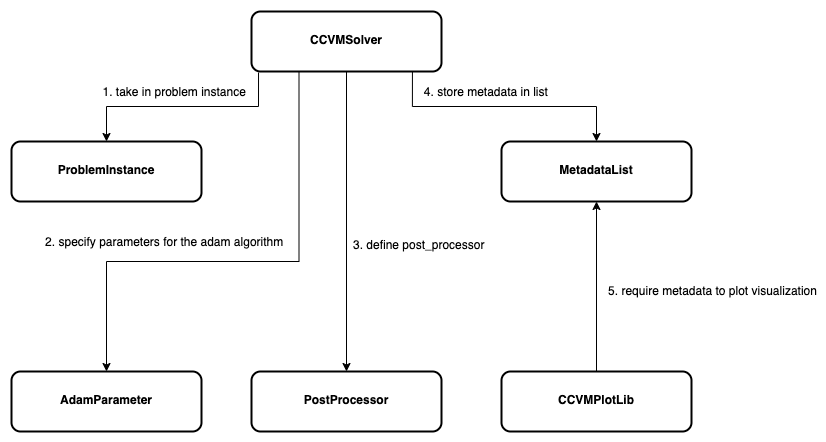
The draw.io diagram diagrams/high_level_class_diagram.png in 1QB-Information-Technologies/ccvm, before a commit. Source tidied: cells renumbered, new cells last; positions are measured from the earlier drawing's top-left corner, leaving out a move shared by most shapes. Its diagram source:
```xml
<mxGraphModel>
  <root>
    <mxCell id="0" />
    <mxCell id="1" parent="0" />
    <mxCell id="2" style="edgeStyle=orthogonalEdgeStyle;rounded=0;jettySize=auto;html=1;entryX=0.5;entryY=0;entryDx=0;entryDy=0;fontFamily=Helvetica;fontSize=12;fontColor=default;exitX=0.847;exitY=1;exitDx=0;exitDy=0;exitPerimeter=0;" parent="1" edge="1" source="6" target="11">
      <mxGeometry relative="1" as="geometry" />
    </mxCell>
    <mxCell id="3" value="4. store metadata in list&amp;nbsp;" style="edgeLabel;html=1;align=center;verticalAlign=middle;fontSize=12;fontFamily=Helvetica;fontColor=default;" parent="2" vertex="1">
      <mxGeometry x="0.05" y="-5" relative="1" as="geometry">
        <mxPoint x="-24" y="-20" as="offset" />
      </mxGeometry>
    </mxCell>
    <mxCell id="4" style="edgeStyle=orthogonalEdgeStyle;rounded=0;jettySize=auto;html=1;exitX=0.037;exitY=1.017;exitDx=0;exitDy=0;entryX=0.5;entryY=0;entryDx=0;entryDy=0;fontFamily=Helvetica;fontSize=12;fontColor=default;exitPerimeter=0;" parent="1" edge="1" source="6" target="15">
      <mxGeometry relative="1" as="geometry" />
    </mxCell>
    <mxCell id="5" style="edgeStyle=orthogonalEdgeStyle;rounded=0;jettySize=auto;html=1;exitX=0.5;exitY=1;exitDx=0;exitDy=0;entryX=0.5;entryY=0;entryDx=0;entryDy=0;fontFamily=Helvetica;fontSize=12;fontColor=default;" parent="1" edge="1" source="6" target="7">
      <mxGeometry relative="1" as="geometry" />
    </mxCell>
    <mxCell id="6" value="&lt;p style=&quot;margin:0px;margin-top:4px;text-align:center;&quot;&gt;&lt;br&gt;&lt;/p&gt;&lt;p style=&quot;margin:0px;margin-top:4px;text-align:center;&quot;&gt;&lt;b&gt;CCVMSolver&lt;/b&gt;&lt;/p&gt;" style="verticalAlign=top;align=left;overflow=fill;fontSize=12;fontFamily=Helvetica;html=1;whiteSpace=wrap;rounded=1;strokeColor=default;strokeWidth=2;fontColor=default;fillColor=default;" parent="1" vertex="1">
      <mxGeometry x="240" width="190" height="60" as="geometry" />
    </mxCell>
    <mxCell id="7" value="&lt;p style=&quot;margin: 4px 0px 0px;&quot;&gt;&lt;b&gt;&lt;br&gt;&lt;/b&gt;&lt;/p&gt;&lt;p style=&quot;margin: 4px 0px 0px;&quot;&gt;&lt;b&gt;PostProcessor&lt;/b&gt;&lt;/p&gt;" style="verticalAlign=top;align=center;overflow=fill;fontSize=12;fontFamily=Helvetica;html=1;whiteSpace=wrap;rounded=1;strokeColor=default;strokeWidth=2;fontColor=default;fillColor=default;" parent="1" vertex="1">
      <mxGeometry x="240" y="360" width="190" height="60" as="geometry" />
    </mxCell>
    <mxCell id="8" value="&lt;p style=&quot;margin: 4px 0px 0px;&quot;&gt;&lt;b&gt;&lt;br&gt;&lt;/b&gt;&lt;/p&gt;&lt;p style=&quot;margin: 4px 0px 0px;&quot;&gt;&lt;b&gt;AdamParameter&lt;/b&gt;&lt;/p&gt;" style="verticalAlign=top;align=center;overflow=fill;fontSize=12;fontFamily=Helvetica;html=1;whiteSpace=wrap;rounded=1;strokeColor=default;strokeWidth=2;fontColor=default;fillColor=default;" parent="1" vertex="1">
      <mxGeometry y="360" width="190" height="60" as="geometry" />
    </mxCell>
    <mxCell id="9" style="edgeStyle=orthogonalEdgeStyle;rounded=0;jettySize=auto;html=1;exitX=0.25;exitY=1;exitDx=0;exitDy=0;fontFamily=Helvetica;fontSize=12;fontColor=default;entryX=0.5;entryY=0;entryDx=0;entryDy=0;" parent="1" edge="1" source="6" target="8">
      <mxGeometry relative="1" as="geometry">
        <Array as="points">
          <mxPoint x="288" y="250" />
          <mxPoint x="95" y="250" />
        </Array>
      </mxGeometry>
    </mxCell>
    <mxCell id="10" value="&amp;nbsp;2. specify parameters for the adam algorithm" style="edgeLabel;html=1;align=center;verticalAlign=middle;fontSize=12;fontFamily=Helvetica;fontColor=default;" parent="9" vertex="1">
      <mxGeometry x="0.01" relative="1" as="geometry">
        <mxPoint x="-77" y="-20" as="offset" />
      </mxGeometry>
    </mxCell>
    <mxCell id="11" value="&lt;p style=&quot;margin: 4px 0px 0px;&quot;&gt;&lt;b&gt;&lt;br&gt;&lt;/b&gt;&lt;/p&gt;&lt;p style=&quot;margin: 4px 0px 0px;&quot;&gt;&lt;b&gt;MetadataList&lt;/b&gt;&lt;/p&gt;" style="verticalAlign=top;align=center;overflow=fill;fontSize=12;fontFamily=Helvetica;html=1;whiteSpace=wrap;rounded=1;strokeColor=default;strokeWidth=2;fontColor=default;fillColor=default;" parent="1" vertex="1">
      <mxGeometry x="490" y="130" width="190" height="60" as="geometry" />
    </mxCell>
    <mxCell id="12" value="&lt;p style=&quot;margin: 4px 0px 0px;&quot;&gt;&lt;b&gt;&lt;br&gt;&lt;/b&gt;&lt;/p&gt;&lt;p style=&quot;margin: 4px 0px 0px;&quot;&gt;&lt;b&gt;CCVMPlotLib&lt;/b&gt;&lt;/p&gt;" style="verticalAlign=top;align=center;overflow=fill;fontSize=12;fontFamily=Helvetica;html=1;whiteSpace=wrap;rounded=1;strokeColor=default;strokeWidth=2;fontColor=default;fillColor=default;" parent="1" vertex="1">
      <mxGeometry x="490" y="360" width="190" height="60" as="geometry" />
    </mxCell>
    <mxCell id="13" style="edgeStyle=orthogonalEdgeStyle;rounded=0;jettySize=auto;html=1;exitX=0.5;exitY=0;exitDx=0;exitDy=0;entryX=0.5;entryY=1;entryDx=0;entryDy=0;fontFamily=Helvetica;fontSize=12;fontColor=default;" parent="1" edge="1" source="12" target="11">
      <mxGeometry relative="1" as="geometry" />
    </mxCell>
    <mxCell id="14" value="5. require metadata to plot visualization" style="edgeLabel;html=1;align=center;verticalAlign=middle;fontSize=12;fontFamily=Helvetica;fontColor=default;" parent="13" vertex="1">
      <mxGeometry x="0.13" relative="1" as="geometry">
        <mxPoint x="115" y="15" as="offset" />
      </mxGeometry>
    </mxCell>
    <mxCell id="15" value="&lt;p style=&quot;margin: 4px 0px 0px;&quot;&gt;&lt;b&gt;&lt;br&gt;&lt;/b&gt;&lt;/p&gt;&lt;p style=&quot;margin: 4px 0px 0px;&quot;&gt;&lt;b&gt;ProblemInstance&lt;/b&gt;&lt;/p&gt;" style="verticalAlign=top;align=center;overflow=fill;fontSize=12;fontFamily=Helvetica;html=1;whiteSpace=wrap;rounded=1;strokeColor=default;strokeWidth=2;fontColor=default;fillColor=default;" parent="1" vertex="1">
      <mxGeometry y="130" width="190" height="60" as="geometry" />
    </mxCell>
    <mxCell id="16" value="&amp;nbsp;1. take in problem instance" style="edgeLabel;html=1;align=center;verticalAlign=middle;fontSize=12;fontFamily=Helvetica;fontColor=default;" parent="1" vertex="1">
      <mxGeometry x="160" y="80" as="geometry" />
    </mxCell>
    <mxCell id="17" value="&lt;span style=&quot;color: rgb(0, 0, 0); font-family: Helvetica; font-size: 12px; font-style: normal; font-variant-ligatures: normal; font-variant-caps: normal; font-weight: 400; letter-spacing: normal; orphans: 2; text-align: center; text-indent: 0px; text-transform: none; widows: 2; word-spacing: 0px; -webkit-text-stroke-width: 0px; background-color: rgb(255, 255, 255); text-decoration-thickness: initial; text-decoration-style: initial; text-decoration-color: initial; float: none; display: inline !important;&quot;&gt;3. define post_processor&lt;/span&gt;" style="text;whiteSpace=wrap;html=1;fontSize=12;fontFamily=Helvetica;fontColor=default;" parent="1" vertex="1">
      <mxGeometry x="340" y="220" width="160" height="40" as="geometry" />
    </mxCell>
  </root>
</mxGraphModel>
```
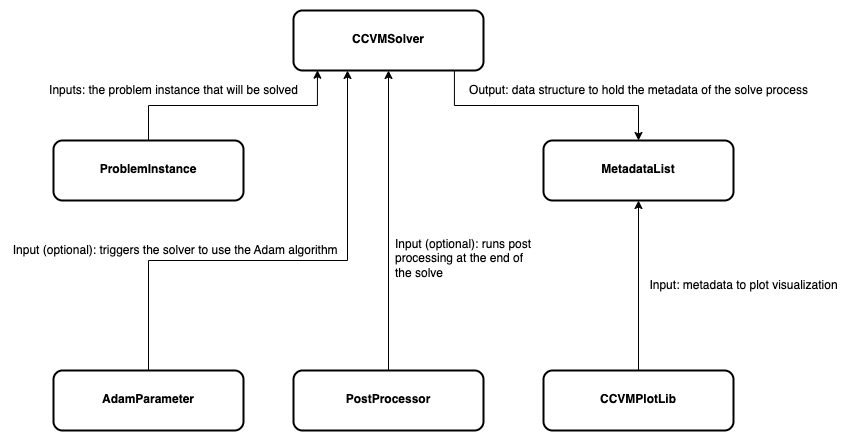
Later version of the same file.

What changed in the source:
```diff
@@ -2,64 +2,62 @@
   <root>
     <mxCell id="0" />
     <mxCell id="1" parent="0" />
-    <mxCell id="2" style="edgeStyle=orthogonalEdgeStyle;rounded=0;jettySize=auto;html=1;entryX=0.5;entryY=0;entryDx=0;entryDy=0;fontFamily=Helvetica;fontSize=12;fontColor=default;exitX=0.847;exitY=1;exitDx=0;exitDy=0;exitPerimeter=0;" parent="1" edge="1" source="6" target="11">
+    <mxCell id="2" style="edgeStyle=orthogonalEdgeStyle;rounded=0;jettySize=auto;html=1;entryX=0.5;entryY=0;entryDx=0;entryDy=0;fontFamily=Helvetica;fontSize=12;fontColor=default;exitX=0.847;exitY=1;exitDx=0;exitDy=0;exitPerimeter=0;" parent="1" edge="1" source="4" target="8">
       <mxGeometry relative="1" as="geometry" />
     </mxCell>
-    <mxCell id="3" value="4. store metadata in list&amp;nbsp;" style="edgeLabel;html=1;align=center;verticalAlign=middle;fontSize=12;fontFamily=Helvetica;fontColor=default;" parent="2" vertex="1">
+    <mxCell id="3" value="Output:&amp;nbsp;data structure to hold the metadata of the solve process" style="edgeLabel;html=1;align=center;verticalAlign=middle;fontSize=12;fontFamily=Helvetica;fontColor=default;" parent="2" vertex="1">
       <mxGeometry x="0.05" y="-5" relative="1" as="geometry">
-        <mxPoint x="-24" y="-20" as="offset" />
+        <mxPoint x="85" y="-20" as="offset" />
       </mxGeometry>
     </mxCell>
-    <mxCell id="4" style="edgeStyle=orthogonalEdgeStyle;rounded=0;jettySize=auto;html=1;exitX=0.037;exitY=1.017;exitDx=0;exitDy=0;entryX=0.5;entryY=0;entryDx=0;entryDy=0;fontFamily=Helvetica;fontSize=12;fontColor=default;exitPerimeter=0;" parent="1" edge="1" source="6" target="15">
-      <mxGeometry relative="1" as="geometry" />
+    <mxCell id="4" value="&lt;p style=&quot;margin:0px;margin-top:4px;text-align:center;&quot;&gt;&lt;br&gt;&lt;/p&gt;&lt;p style=&quot;margin:0px;margin-top:4px;text-align:center;&quot;&gt;&lt;b&gt;CCVMSolver&lt;/b&gt;&lt;/p&gt;" style="verticalAlign=top;align=left;overflow=fill;fontSize=12;fontFamily=Helvetica;html=1;whiteSpace=wrap;rounded=1;strokeColor=default;strokeWidth=2;fontColor=default;fillColor=default;" parent="1" vertex="1">
+      <mxGeometry x="240" width="190" height="60" as="geometry" />
     </mxCell>
-    <mxCell id="5" style="edgeStyle=orthogonalEdgeStyle;rounded=0;jettySize=auto;html=1;exitX=0.5;exitY=1;exitDx=0;exitDy=0;entryX=0.5;entryY=0;entryDx=0;entryDy=0;fontFamily=Helvetica;fontSize=12;fontColor=default;" parent="1" edge="1" source="6" target="7">
+    <mxCell id="5" style="edgeStyle=orthogonalEdgeStyle;rounded=0;jettySize=auto;html=1;exitX=0.5;exitY=0;exitDx=0;exitDy=0;entryX=0.5;entryY=1;entryDx=0;entryDy=0;fontFamily=Helvetica;fontSize=12;fontColor=default;" parent="1" edge="1" source="6" target="4">
       <mxGeometry relative="1" as="geometry" />
     </mxCell>
-    <mxCell id="6" value="&lt;p style=&quot;margin:0px;margin-top:4px;text-align:center;&quot;&gt;&lt;br&gt;&lt;/p&gt;&lt;p style=&quot;margin:0px;margin-top:4px;text-align:center;&quot;&gt;&lt;b&gt;CCVMSolver&lt;/b&gt;&lt;/p&gt;" style="verticalAlign=top;align=left;overflow=fill;fontSize=12;fontFamily=Helvetica;html=1;whiteSpace=wrap;rounded=1;strokeColor=default;strokeWidth=2;fontColor=default;fillColor=default;" parent="1" vertex="1">
-      <mxGeometry x="240" width="190" height="60" as="geometry" />
+    <mxCell id="6" value="&lt;p style=&quot;margin: 4px 0px 0px;&quot;&gt;&lt;b&gt;&lt;br&gt;&lt;/b&gt;&lt;/p&gt;&lt;p style=&quot;margin: 4px 0px 0px;&quot;&gt;&lt;b&gt;PostProcessor&lt;/b&gt;&lt;/p&gt;" style="verticalAlign=top;align=center;overflow=fill;fontSize=12;fontFamily=Helvetica;html=1;whiteSpace=wrap;rounded=1;strokeColor=default;strokeWidth=2;fontColor=default;fillColor=default;" parent="1" vertex="1">
+      <mxGeometry x="240" y="360" width="190" height="60" as="geometry" />
     </mxCell>
-    <mxCell id="7" value="&lt;p style=&quot;margin: 4px 0px 0px;&quot;&gt;&lt;b&gt;&lt;br&gt;&lt;/b&gt;&lt;/p&gt;&lt;p style=&quot;margin: 4px 0px 0px;&quot;&gt;&lt;b&gt;PostProcessor&lt;/b&gt;&lt;/p&gt;" style="verticalAlign=top;align=center;overflow=fill;fontSize=12;fontFamily=Helvetica;html=1;whiteSpace=wrap;rounded=1;strokeColor=default;strokeWidth=2;fontColor=default;fillColor=default;" parent="1" vertex="1">
-      <mxGeometry x="240" y="360" width="190" height="60" as="geometry" />
+    <mxCell id="7" value="&lt;p style=&quot;margin: 4px 0px 0px;&quot;&gt;&lt;b&gt;&lt;br&gt;&lt;/b&gt;&lt;/p&gt;&lt;p style=&quot;margin: 4px 0px 0px;&quot;&gt;&lt;b&gt;AdamParameter&lt;/b&gt;&lt;/p&gt;" style="verticalAlign=top;align=center;overflow=fill;fontSize=12;fontFamily=Helvetica;html=1;whiteSpace=wrap;rounded=1;strokeColor=default;strokeWidth=2;fontColor=default;fillColor=default;" parent="1" vertex="1">
+      <mxGeometry y="360" width="190" height="60" as="geometry" />
     </mxCell>
-    <mxCell id="8" value="&lt;p style=&quot;margin: 4px 0px 0px;&quot;&gt;&lt;b&gt;&lt;br&gt;&lt;/b&gt;&lt;/p&gt;&lt;p style=&quot;margin: 4px 0px 0px;&quot;&gt;&lt;b&gt;AdamParameter&lt;/b&gt;&lt;/p&gt;" style="verticalAlign=top;align=center;overflow=fill;fontSize=12;fontFamily=Helvetica;html=1;whiteSpace=wrap;rounded=1;strokeColor=default;strokeWidth=2;fontColor=default;fillColor=default;" parent="1" vertex="1">
-      <mxGeometry y="360" width="190" height="60" as="geometry" />
+    <mxCell id="8" value="&lt;p style=&quot;margin: 4px 0px 0px;&quot;&gt;&lt;b&gt;&lt;br&gt;&lt;/b&gt;&lt;/p&gt;&lt;p style=&quot;margin: 4px 0px 0px;&quot;&gt;&lt;b&gt;MetadataList&lt;/b&gt;&lt;/p&gt;" style="verticalAlign=top;align=center;overflow=fill;fontSize=12;fontFamily=Helvetica;html=1;whiteSpace=wrap;rounded=1;strokeColor=default;strokeWidth=2;fontColor=default;fillColor=default;" parent="1" vertex="1">
+      <mxGeometry x="490" y="130" width="190" height="60" as="geometry" />
     </mxCell>
-    <mxCell id="9" style="edgeStyle=orthogonalEdgeStyle;rounded=0;jettySize=auto;html=1;exitX=0.25;exitY=1;exitDx=0;exitDy=0;fontFamily=Helvetica;fontSize=12;fontColor=default;entryX=0.5;entryY=0;entryDx=0;entryDy=0;" parent="1" edge="1" source="6" target="8">
-      <mxGeometry relative="1" as="geometry">
-        <Array as="points">
-          <mxPoint x="288" y="250" />
-          <mxPoint x="95" y="250" />
-        </Array>
-      </mxGeometry>
+    <mxCell id="9" value="&lt;p style=&quot;margin: 4px 0px 0px;&quot;&gt;&lt;b&gt;&lt;br&gt;&lt;/b&gt;&lt;/p&gt;&lt;p style=&quot;margin: 4px 0px 0px;&quot;&gt;&lt;b&gt;CCVMPlotLib&lt;/b&gt;&lt;/p&gt;" style="verticalAlign=top;align=center;overflow=fill;fontSize=12;fontFamily=Helvetica;html=1;whiteSpace=wrap;rounded=1;strokeColor=default;strokeWidth=2;fontColor=default;fillColor=default;" parent="1" vertex="1">
+      <mxGeometry x="490" y="360" width="190" height="60" as="geometry" />
     </mxCell>
-    <mxCell id="10" value="&amp;nbsp;2. specify parameters for the adam algorithm" style="edgeLabel;html=1;align=center;verticalAlign=middle;fontSize=12;fontFamily=Helvetica;fontColor=default;" parent="9" vertex="1">
-      <mxGeometry x="0.01" relative="1" as="geometry">
-        <mxPoint x="-77" y="-20" as="offset" />
-      </mxGeometry>
+    <mxCell id="10" style="edgeStyle=orthogonalEdgeStyle;rounded=0;jettySize=auto;html=1;exitX=0.5;exitY=0;exitDx=0;exitDy=0;entryX=0.5;entryY=1;entryDx=0;entryDy=0;fontFamily=Helvetica;fontSize=12;fontColor=default;" parent="1" edge="1" source="9" target="8">
+      <mxGeometry relative="1" as="geometry" />
     </mxCell>
-    <mxCell id="11" value="&lt;p style=&quot;margin: 4px 0px 0px;&quot;&gt;&lt;b&gt;&lt;br&gt;&lt;/b&gt;&lt;/p&gt;&lt;p style=&quot;margin: 4px 0px 0px;&quot;&gt;&lt;b&gt;MetadataList&lt;/b&gt;&lt;/p&gt;" style="verticalAlign=top;align=center;overflow=fill;fontSize=12;fontFamily=Helvetica;html=1;whiteSpace=wrap;rounded=1;strokeColor=default;strokeWidth=2;fontColor=default;fillColor=default;" parent="1" vertex="1">
-      <mxGeometry x="490" y="130" width="190" height="60" as="geometry" />
+    <mxCell id="11" value="Input: metadata to plot visualization" style="edgeLabel;html=1;align=center;verticalAlign=middle;points=[];fontSize=12;fontFamily=Helvetica;fontColor=default;" parent="10" vertex="1">
+      <mxGeometry x="0.13" relative="1" as="geometry">
+        <mxPoint x="105" y="11" as="offset" />
+      </mxGeometry>
     </mxCell>
-    <mxCell id="12" value="&lt;p style=&quot;margin: 4px 0px 0px;&quot;&gt;&lt;b&gt;&lt;br&gt;&lt;/b&gt;&lt;/p&gt;&lt;p style=&quot;margin: 4px 0px 0px;&quot;&gt;&lt;b&gt;CCVMPlotLib&lt;/b&gt;&lt;/p&gt;" style="verticalAlign=top;align=center;overflow=fill;fontSize=12;fontFamily=Helvetica;html=1;whiteSpace=wrap;rounded=1;strokeColor=default;strokeWidth=2;fontColor=default;fillColor=default;" parent="1" vertex="1">
-      <mxGeometry x="490" y="360" width="190" height="60" as="geometry" />
+    <mxCell id="12" value="&lt;p style=&quot;margin: 4px 0px 0px;&quot;&gt;&lt;b&gt;&lt;br&gt;&lt;/b&gt;&lt;/p&gt;&lt;p style=&quot;margin: 4px 0px 0px;&quot;&gt;&lt;b&gt;ProblemInstance&lt;/b&gt;&lt;/p&gt;" style="verticalAlign=top;align=center;overflow=fill;fontSize=12;fontFamily=Helvetica;html=1;whiteSpace=wrap;rounded=1;strokeColor=default;strokeWidth=2;fontColor=default;fillColor=default;" parent="1" vertex="1">
+      <mxGeometry y="130" width="190" height="60" as="geometry" />
     </mxCell>
-    <mxCell id="13" style="edgeStyle=orthogonalEdgeStyle;rounded=0;jettySize=auto;html=1;exitX=0.5;exitY=0;exitDx=0;exitDy=0;entryX=0.5;entryY=1;entryDx=0;entryDy=0;fontFamily=Helvetica;fontSize=12;fontColor=default;" parent="1" edge="1" source="12" target="11">
-      <mxGeometry relative="1" as="geometry" />
+    <mxCell id="13" value="&amp;nbsp;Inputs: the problem instance that will be solved&amp;nbsp;" style="edgeLabel;html=1;align=center;verticalAlign=middle;fontSize=12;fontFamily=Helvetica;fontColor=default;" parent="1" vertex="1">
+      <mxGeometry x="120" y="80" as="geometry" />
     </mxCell>
-    <mxCell id="14" value="5. require metadata to plot visualization" style="edgeLabel;html=1;align=center;verticalAlign=middle;fontSize=12;fontFamily=Helvetica;fontColor=default;" parent="13" vertex="1">
-      <mxGeometry x="0.13" relative="1" as="geometry">
-        <mxPoint x="115" y="15" as="offset" />
-      </mxGeometry>
+    <mxCell id="14" value="&lt;span style=&quot;color: rgb(0, 0, 0); font-family: Helvetica; font-size: 12px; font-style: normal; font-variant-ligatures: normal; font-variant-caps: normal; font-weight: 400; letter-spacing: normal; orphans: 2; text-align: center; text-indent: 0px; text-transform: none; widows: 2; word-spacing: 0px; -webkit-text-stroke-width: 0px; background-color: rgb(255, 255, 255); text-decoration-thickness: initial; text-decoration-style: initial; text-decoration-color: initial; float: none; display: inline !important;&quot;&gt;Input (optional): r&lt;/span&gt;uns post processing at the end of the solve" style="text;whiteSpace=wrap;html=1;fontSize=12;fontFamily=Helvetica;fontColor=default;" parent="1" vertex="1">
+      <mxGeometry x="340" y="220" width="140" height="60" as="geometry" />
     </mxCell>
-    <mxCell id="15" value="&lt;p style=&quot;margin: 4px 0px 0px;&quot;&gt;&lt;b&gt;&lt;br&gt;&lt;/b&gt;&lt;/p&gt;&lt;p style=&quot;margin: 4px 0px 0px;&quot;&gt;&lt;b&gt;ProblemInstance&lt;/b&gt;&lt;/p&gt;" style="verticalAlign=top;align=center;overflow=fill;fontSize=12;fontFamily=Helvetica;html=1;whiteSpace=wrap;rounded=1;strokeColor=default;strokeWidth=2;fontColor=default;fillColor=default;" parent="1" vertex="1">
-      <mxGeometry y="130" width="190" height="60" as="geometry" />
+    <mxCell id="15" value="&amp;nbsp;Input (optional): triggers the solver to use the Adam algorithm" style="edgeLabel;html=1;align=center;verticalAlign=middle;points=[];fontSize=12;fontFamily=Helvetica;fontColor=default;" parent="1" vertex="1">
+      <mxGeometry x="120" y="240" as="geometry" />
     </mxCell>
-    <mxCell id="16" value="&amp;nbsp;1. take in problem instance" style="edgeLabel;html=1;align=center;verticalAlign=middle;fontSize=12;fontFamily=Helvetica;fontColor=default;" parent="1" vertex="1">
-      <mxGeometry x="160" y="80" as="geometry" />
+    <mxCell id="16" style="edgeStyle=orthogonalEdgeStyle;rounded=0;jettySize=auto;html=1;exitX=0.5;exitY=0;exitDx=0;exitDy=0;fontFamily=Helvetica;fontSize=12;fontColor=default;" parent="1" edge="1" source="7" target="4">
+      <mxGeometry relative="1" as="geometry">
+        <Array as="points">
+          <mxPoint x="95" y="250" />
+          <mxPoint x="294" y="250" />
+        </Array>
+      </mxGeometry>
     </mxCell>
-    <mxCell id="17" value="&lt;span style=&quot;color: rgb(0, 0, 0); font-family: Helvetica; font-size: 12px; font-style: normal; font-variant-ligatures: normal; font-variant-caps: normal; font-weight: 400; letter-spacing: normal; orphans: 2; text-align: center; text-indent: 0px; text-transform: none; widows: 2; word-spacing: 0px; -webkit-text-stroke-width: 0px; background-color: rgb(255, 255, 255); text-decoration-thickness: initial; text-decoration-style: initial; text-decoration-color: initial; float: none; display: inline !important;&quot;&gt;3. define post_processor&lt;/span&gt;" style="text;whiteSpace=wrap;html=1;fontSize=12;fontFamily=Helvetica;fontColor=default;" parent="1" vertex="1">
-      <mxGeometry x="340" y="220" width="160" height="40" as="geometry" />
+    <mxCell id="17" style="edgeStyle=orthogonalEdgeStyle;rounded=0;jettySize=auto;html=1;exitX=0.5;exitY=0;exitDx=0;exitDy=0;entryX=0.126;entryY=0.995;entryDx=0;entryDy=0;entryPerimeter=0;fontFamily=Helvetica;fontSize=12;fontColor=default;" parent="1" edge="1" source="12" target="4">
+      <mxGeometry relative="1" as="geometry" />
     </mxCell>
   </root>
 </mxGraphModel>
```
